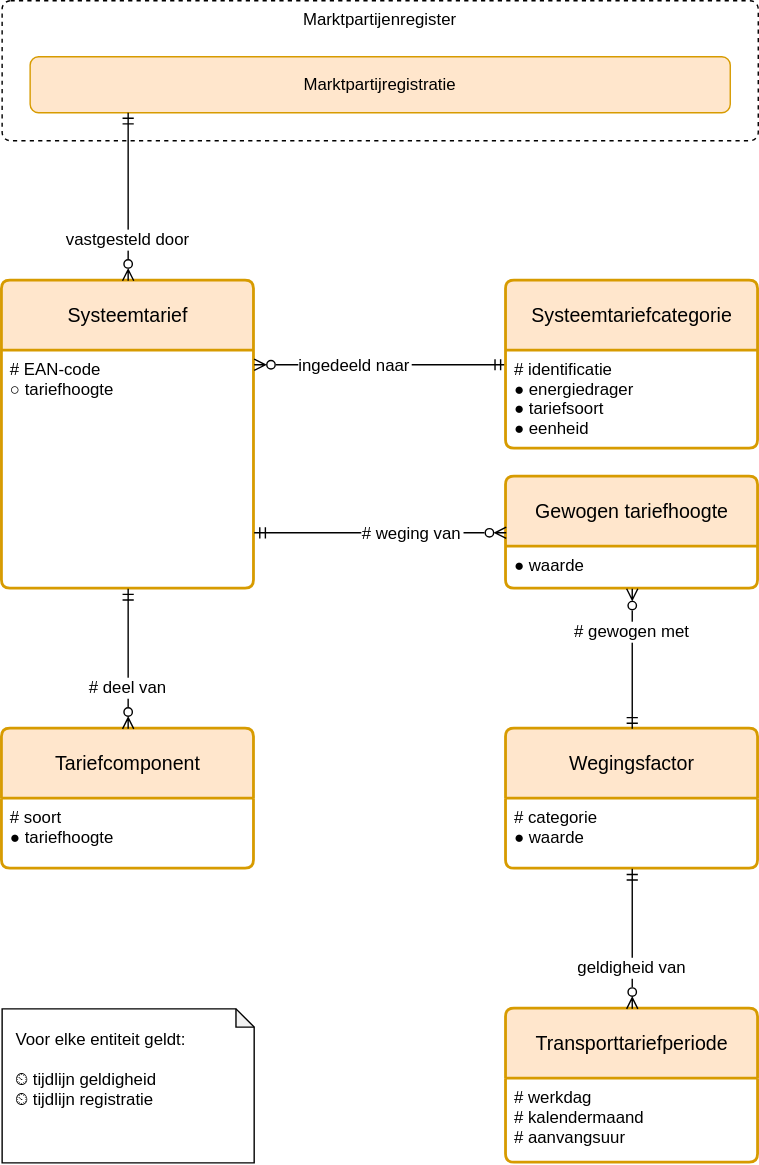
Above: registers/tarievenregister/2.0/tarievenregister.drawio.svg in netbeheernederland/stelsel (draw.io), before the change. Source tidied: cells renumbered, new cells last; positions are measured from the earlier drawing's top-left corner, leaving out a move shared by most shapes.
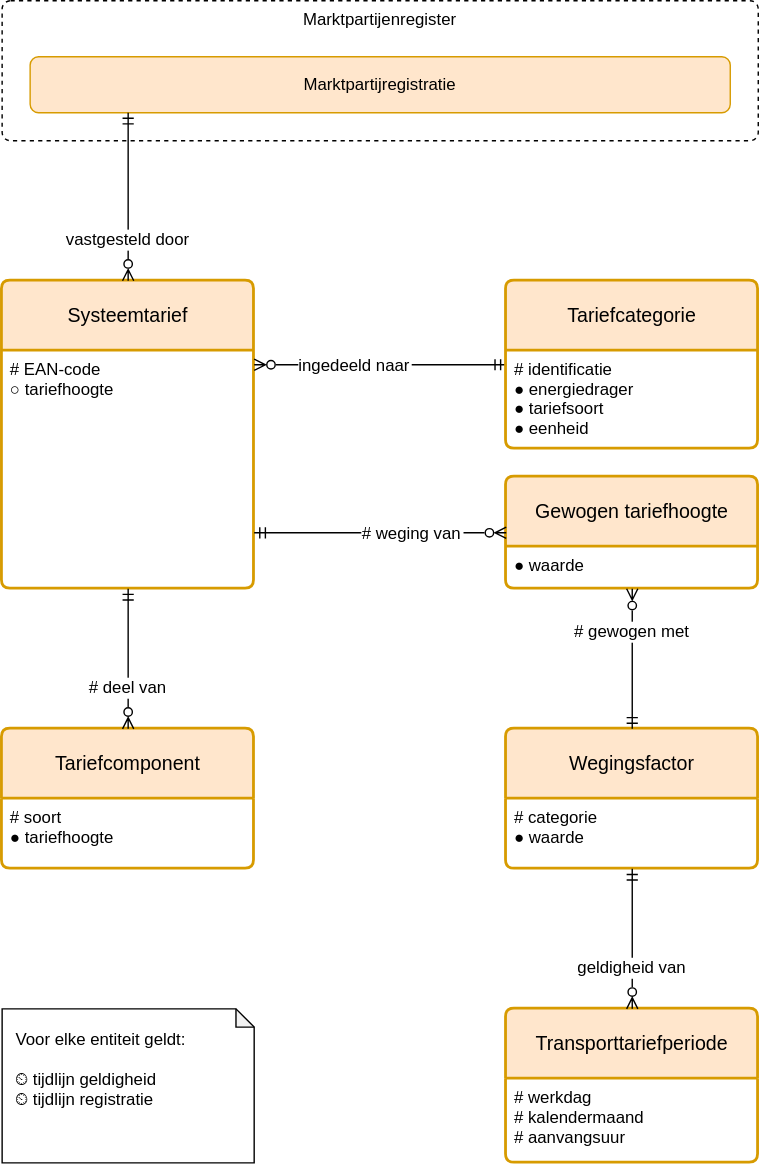
The same diagram one commit later.

The edit, as a diff of the source:
```diff
@@ -26,7 +26,7 @@
     <mxCell id="9" value="vastgesteld door" style="fontSize=12;endArrow=ERmandOne;startArrow=ERzeroToMany;rounded=0;startFill=0;endFill=0;verticalAlign=middle;strokeColor=default;labelBackgroundColor=default;fontColor=default;align=center;edgeStyle=elbowEdgeStyle;exitX=0.5;exitY=0;exitDx=0;exitDy=0;" parent="1" edge="1" source="4" target="8">
       <mxGeometry x="-0.5" relative="1" as="geometry" />
     </mxCell>
-    <mxCell id="10" value="Systeemtariefcategorie" style="swimlane;horizontal=1;startSize=50;rounded=1;fontSize=14;fontStyle=0;strokeWidth=2;shadow=0;dashed=0;align=center;fillColor=#ffe6cc;strokeColor=#d79b00;arcSize=4;whiteSpace=wrap;spacing=10;" parent="1" vertex="1">
+    <mxCell id="10" value="Tariefcategorie" style="swimlane;horizontal=1;startSize=50;rounded=1;fontSize=14;fontStyle=0;strokeWidth=2;shadow=0;dashed=0;align=center;fillColor=#ffe6cc;strokeColor=#d79b00;arcSize=4;whiteSpace=wrap;spacing=10;" parent="1" vertex="1">
       <mxGeometry x="360" y="200" width="180" height="120" as="geometry" />
     </mxCell>
     <mxCell id="11" value="# identificatie&#10;● energiedrager&#10;● tariefsoort&#10;● eenheid" style="align=left;strokeColor=none;fillColor=none;spacingLeft=4;fontSize=12;verticalAlign=top;" parent="10" vertex="1">
```
